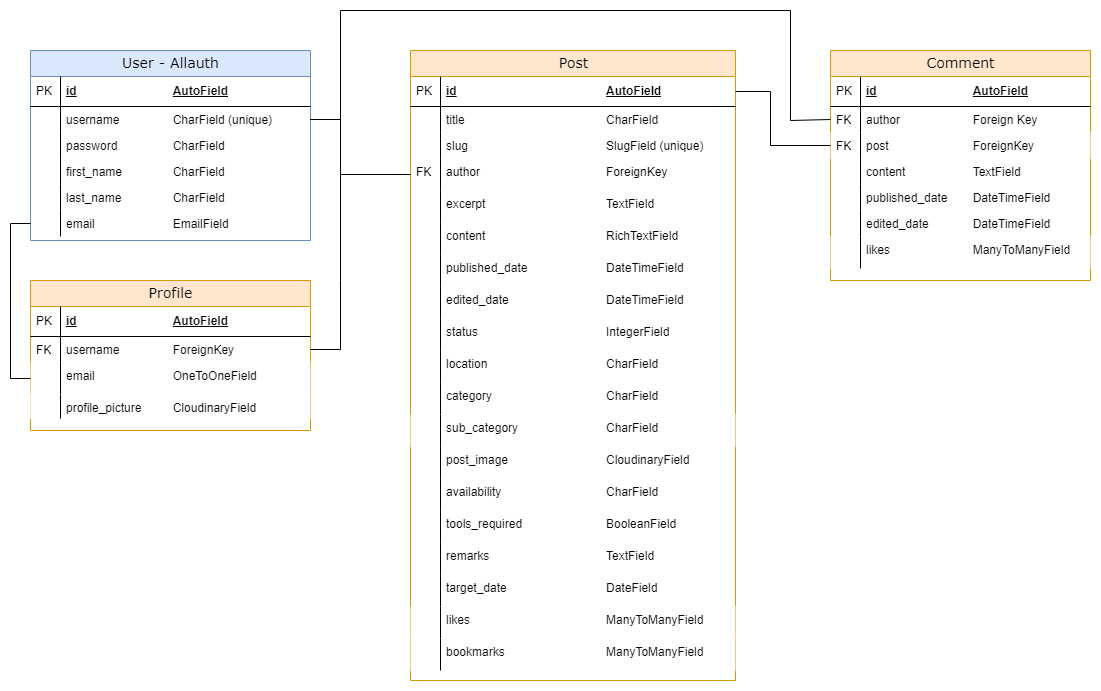
Above: documentation/erd.png in g-omarsdottir/helping-hands-happy-hearts (draw.io), before the change. Source tidied: cells renumbered, new cells last; positions are measured from the earlier drawing's top-left corner, leaving out a move shared by most shapes.
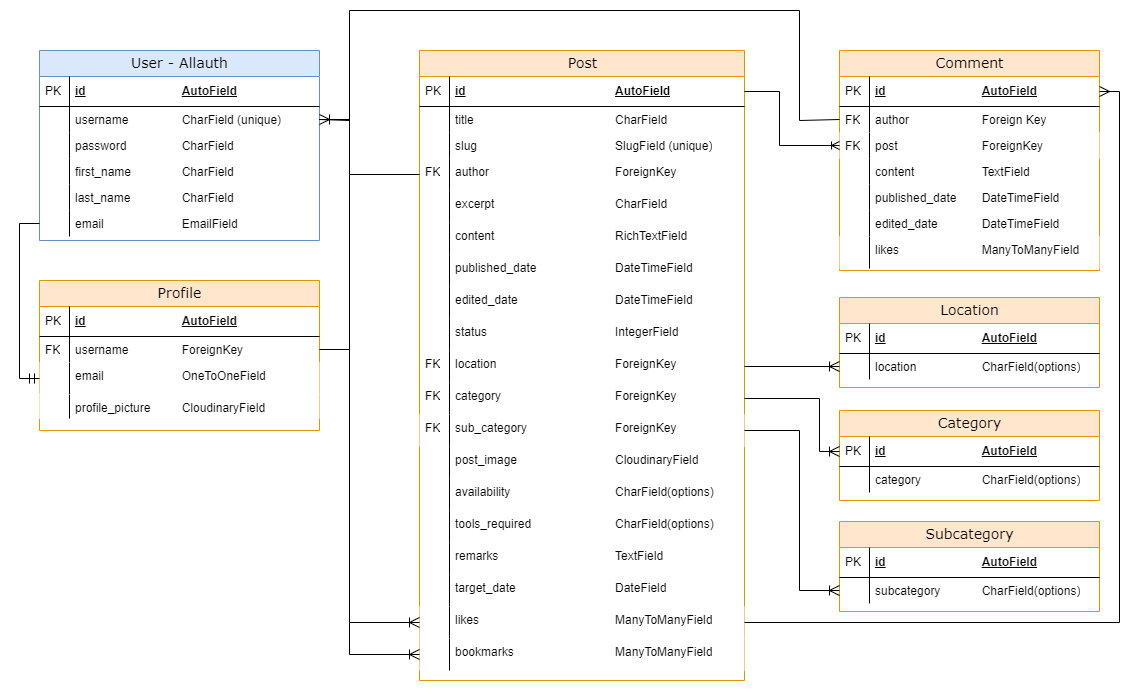
After the change.

Commit message:
Update ERD and database schema

What changed in the source:
```diff
@@ -31,3 +31,3 @@
     </mxCell>
-    <mxCell id="11" value="excerpt&lt;span style=&quot;white-space: pre;&quot;&gt;&#9;&lt;/span&gt;&lt;span style=&quot;white-space: pre;&quot;&gt;&#9;&lt;/span&gt;&lt;span style=&quot;white-space: pre;&quot;&gt;&#9;&lt;/span&gt;&lt;span style=&quot;white-space: pre;&quot;&gt;&#9;&lt;/span&gt;&lt;span style=&quot;white-space: pre;&quot;&gt;&#9;&lt;/span&gt;TextField" style="shape=partialRectangle;top=0;left=0;right=0;bottom=0;html=1;align=left;verticalAlign=top;fillColor=none;spacingLeft=34;spacingRight=4;whiteSpace=wrap;overflow=hidden;" parent="2" vertex="1">
+    <mxCell id="11" value="excerpt&lt;span style=&quot;white-space: pre;&quot;&gt;&#9;&lt;/span&gt;&lt;span style=&quot;white-space: pre;&quot;&gt;&#9;&lt;/span&gt;&lt;span style=&quot;white-space: pre;&quot;&gt;&#9;&lt;/span&gt;&lt;span style=&quot;white-space: pre;&quot;&gt;&#9;&lt;/span&gt;&lt;span style=&quot;white-space: pre;&quot;&gt;&#9;&lt;/span&gt;CharField" style="shape=partialRectangle;top=0;left=0;right=0;bottom=0;html=1;align=left;verticalAlign=top;fillColor=none;spacingLeft=34;spacingRight=4;whiteSpace=wrap;overflow=hidden;" parent="2" vertex="1">
       <mxGeometry y="140" width="325" height="32" as="geometry" />
@@ -61,18 +61,18 @@
     </mxCell>
-    <mxCell id="21" value="location&lt;span style=&quot;white-space: pre;&quot;&gt;&#9;&lt;/span&gt;&lt;span style=&quot;white-space: pre;&quot;&gt;&#9;&lt;/span&gt;&lt;span style=&quot;white-space: pre;&quot;&gt;&#9;&lt;/span&gt;&lt;span style=&quot;white-space: pre;&quot;&gt;&#9;&lt;/span&gt;&lt;span style=&quot;white-space: pre;&quot;&gt;&#9;&lt;/span&gt;CharField" style="shape=partialRectangle;top=0;left=0;right=0;bottom=0;html=1;align=left;verticalAlign=top;fillColor=none;spacingLeft=34;spacingRight=4;whiteSpace=wrap;overflow=hidden;points=[[0,0.5],[1,0.5]];portConstraint=eastwest;" parent="2" vertex="1">
+    <mxCell id="21" value="location&lt;span style=&quot;white-space: pre;&quot;&gt;&#9;&lt;/span&gt;&lt;span style=&quot;white-space: pre;&quot;&gt;&#9;&lt;/span&gt;&lt;span style=&quot;white-space: pre;&quot;&gt;&#9;&lt;/span&gt;&lt;span style=&quot;white-space: pre;&quot;&gt;&#9;&lt;/span&gt;&lt;span style=&quot;white-space: pre;&quot;&gt;&#9;&lt;/span&gt;ForeignKey" style="shape=partialRectangle;top=0;left=0;right=0;bottom=0;html=1;align=left;verticalAlign=top;fillColor=none;spacingLeft=34;spacingRight=4;whiteSpace=wrap;overflow=hidden;points=[[0,0.5],[1,0.5]];portConstraint=eastwest;" parent="2" vertex="1">
       <mxGeometry y="300" width="325" height="32" as="geometry" />
     </mxCell>
-    <mxCell id="22" style="shape=partialRectangle;top=0;left=0;bottom=0;html=1;fillColor=none;align=left;verticalAlign=top;spacingLeft=4;spacingRight=4;whiteSpace=wrap;overflow=hidden;" parent="21" vertex="1">
+    <mxCell id="22" value="FK" style="shape=partialRectangle;top=0;left=0;bottom=0;html=1;fillColor=none;align=left;verticalAlign=top;spacingLeft=4;spacingRight=4;whiteSpace=wrap;overflow=hidden;" parent="21" vertex="1">
       <mxGeometry width="30" height="32" as="geometry" />
     </mxCell>
-    <mxCell id="23" value="category &lt;span style=&quot;white-space: pre;&quot;&gt;&#9;&lt;/span&gt;&lt;span style=&quot;white-space: pre;&quot;&gt;&#9;&lt;/span&gt;&lt;span style=&quot;white-space: pre;&quot;&gt;&#9;&lt;span style=&quot;white-space: pre;&quot;&gt;&#9;&lt;/span&gt;&lt;span style=&quot;white-space: pre;&quot;&gt;&#9;&lt;/span&gt;C&lt;/span&gt;harField" style="shape=partialRectangle;top=0;left=0;right=0;bottom=0;html=1;align=left;verticalAlign=top;fillColor=none;spacingLeft=34;spacingRight=4;whiteSpace=wrap;overflow=hidden;points=[[0,0.5],[1,0.5]];portConstraint=eastwest;" parent="2" vertex="1">
+    <mxCell id="23" value="category &lt;span style=&quot;white-space: pre;&quot;&gt;&#9;&lt;/span&gt;&lt;span style=&quot;white-space: pre;&quot;&gt;&#9;&lt;/span&gt;&lt;span style=&quot;white-space: pre;&quot;&gt;&#9;&lt;span style=&quot;white-space: pre;&quot;&gt;&#9;&lt;/span&gt;&lt;span style=&quot;white-space: pre;&quot;&gt;&#9;&lt;/span&gt;F&lt;/span&gt;oreignKey" style="shape=partialRectangle;top=0;left=0;right=0;bottom=0;html=1;align=left;verticalAlign=top;fillColor=none;spacingLeft=34;spacingRight=4;whiteSpace=wrap;overflow=hidden;points=[[0,0.5],[1,0.5]];portConstraint=eastwest;" parent="2" vertex="1">
       <mxGeometry y="332" width="325" height="32" as="geometry" />
     </mxCell>
-    <mxCell id="24" style="shape=partialRectangle;top=0;left=0;bottom=0;html=1;fillColor=none;align=left;verticalAlign=top;spacingLeft=4;spacingRight=4;whiteSpace=wrap;overflow=hidden;" parent="23" vertex="1">
+    <mxCell id="24" value="FK" style="shape=partialRectangle;top=0;left=0;bottom=0;html=1;fillColor=none;align=left;verticalAlign=top;spacingLeft=4;spacingRight=4;whiteSpace=wrap;overflow=hidden;" parent="23" vertex="1">
       <mxGeometry width="30" height="32" as="geometry" />
     </mxCell>
-    <mxCell id="25" value="sub_category&lt;span style=&quot;white-space: pre;&quot;&gt;&#9;&lt;/span&gt;&lt;span style=&quot;white-space: pre;&quot;&gt;&#9;&lt;/span&gt;&lt;span style=&quot;white-space: pre;&quot;&gt;&#9;&lt;span style=&quot;white-space: pre;&quot;&gt;&#9;&lt;/span&gt;&lt;/span&gt;CharField" style="shape=partialRectangle;top=0;left=0;right=0;bottom=0;html=1;align=left;verticalAlign=top;spacingLeft=34;spacingRight=4;whiteSpace=wrap;overflow=hidden;points=[[0,0.5],[1,0.5]];portConstraint=eastwest;" parent="2" vertex="1">
+    <mxCell id="25" value="sub_category&lt;span style=&quot;white-space: pre;&quot;&gt;&#9;&lt;/span&gt;&lt;span style=&quot;white-space: pre;&quot;&gt;&#9;&lt;/span&gt;&lt;span style=&quot;white-space: pre;&quot;&gt;&#9;&lt;span style=&quot;white-space: pre;&quot;&gt;&#9;&lt;/span&gt;F&lt;/span&gt;oreignKey" style="shape=partialRectangle;top=0;left=0;right=0;bottom=0;html=1;align=left;verticalAlign=top;spacingLeft=34;spacingRight=4;whiteSpace=wrap;overflow=hidden;points=[[0,0.5],[1,0.5]];portConstraint=eastwest;" parent="2" vertex="1">
       <mxGeometry y="364" width="325" height="32" as="geometry" />
     </mxCell>
-    <mxCell id="26" style="shape=partialRectangle;top=0;left=0;bottom=0;html=1;fillColor=none;align=left;verticalAlign=top;spacingLeft=4;spacingRight=4;whiteSpace=wrap;overflow=hidden;" parent="25" vertex="1">
+    <mxCell id="26" value="FK" style="shape=partialRectangle;top=0;left=0;bottom=0;html=1;fillColor=none;align=left;verticalAlign=top;spacingLeft=4;spacingRight=4;whiteSpace=wrap;overflow=hidden;" parent="25" vertex="1">
       <mxGeometry width="30" height="32" as="geometry" />
@@ -85,3 +85,3 @@
     </mxCell>
-    <mxCell id="29" value="availability&lt;span style=&quot;white-space: pre;&quot;&gt;&#9;&lt;/span&gt;&lt;span style=&quot;white-space: pre;&quot;&gt;&#9;&lt;/span&gt;&lt;span style=&quot;white-space: pre;&quot;&gt;&#9;&lt;span style=&quot;white-space: pre;&quot;&gt;&#9;&lt;/span&gt;C&lt;/span&gt;harField" style="shape=partialRectangle;top=0;left=0;right=0;bottom=0;html=1;align=left;verticalAlign=top;fillColor=none;spacingLeft=34;spacingRight=4;whiteSpace=wrap;overflow=hidden;" parent="2" vertex="1">
+    <mxCell id="29" value="availability&lt;span style=&quot;white-space: pre;&quot;&gt;&#9;&lt;/span&gt;&lt;span style=&quot;white-space: pre;&quot;&gt;&#9;&lt;/span&gt;&lt;span style=&quot;white-space: pre;&quot;&gt;&#9;&lt;span style=&quot;white-space: pre;&quot;&gt;&#9;&lt;/span&gt;C&lt;/span&gt;harField(options)" style="shape=partialRectangle;top=0;left=0;right=0;bottom=0;html=1;align=left;verticalAlign=top;fillColor=none;spacingLeft=34;spacingRight=4;whiteSpace=wrap;overflow=hidden;" parent="2" vertex="1">
       <mxGeometry y="428" width="325" height="32" as="geometry" />
@@ -91,3 +91,3 @@
     </mxCell>
-    <mxCell id="31" value="tools_required&amp;nbsp;&lt;span style=&quot;white-space: pre;&quot;&gt;&#9;&lt;/span&gt;&lt;span style=&quot;white-space: pre;&quot;&gt;&#9;&lt;/span&gt;&lt;span style=&quot;white-space: pre;&quot;&gt;&#9;&lt;/span&gt;BooleanField" style="shape=partialRectangle;top=0;left=0;right=0;bottom=0;html=1;align=left;verticalAlign=top;fillColor=none;spacingLeft=34;spacingRight=4;whiteSpace=wrap;overflow=hidden;" parent="2" vertex="1">
+    <mxCell id="31" value="tools_required&amp;nbsp;&lt;span style=&quot;white-space: pre;&quot;&gt;&#9;&lt;/span&gt;&lt;span style=&quot;white-space: pre;&quot;&gt;&#9;&lt;/span&gt;&lt;span style=&quot;white-space: pre;&quot;&gt;&#9;&lt;/span&gt;CharField(options)" style="shape=partialRectangle;top=0;left=0;right=0;bottom=0;html=1;align=left;verticalAlign=top;fillColor=none;spacingLeft=34;spacingRight=4;whiteSpace=wrap;overflow=hidden;" parent="2" vertex="1">
       <mxGeometry y="460" width="325" height="32" as="geometry" />
@@ -161,3 +161,3 @@
     <mxCell id="54" value="Comment" style="swimlane;html=1;fontStyle=0;horizontal=1;startSize=26;fillColor=#ffe6cc;swimlaneFillColor=#ffffff;align=center;rounded=0;shadow=0;comic=0;labelBackgroundColor=none;strokeWidth=1;fontFamily=Verdana;fontSize=14;strokeColor=#d79b00;" parent="1" vertex="1">
-      <mxGeometry x="820" y="40" width="260" height="230" as="geometry" />
+      <mxGeometry x="820" y="40" width="260" height="220" as="geometry" />
     </mxCell>
@@ -205,3 +205,3 @@
     </mxCell>
-    <mxCell id="69" style="endArrow=none;html=1;rounded=0;exitX=1;exitY=0.5;exitDx=0;exitDy=0;entryX=0;entryY=0.5;entryDx=0;entryDy=0;" parent="1" edge="1" source="3" target="59">
+    <mxCell id="69" style="endArrow=ERoneToMany;html=1;rounded=0;exitX=1;exitY=0.5;exitDx=0;exitDy=0;entryX=0;entryY=0.5;entryDx=0;entryDy=0;endFill=0;" parent="1" edge="1" source="3" target="59">
       <mxGeometry relative="1" as="geometry">
@@ -240,3 +240,3 @@
     </mxCell>
-    <mxCell id="79" style="endArrow=none;html=1;rounded=0;fontSize=12;startSize=8;endSize=8;curved=0;exitX=0;exitY=0.5;exitDx=0;exitDy=0;entryX=0;entryY=0.5;entryDx=0;entryDy=0;" parent="1" edge="1" source="52" target="75">
+    <mxCell id="79" style="endArrow=ERmandOne;html=1;rounded=0;fontSize=12;startSize=8;endSize=8;curved=0;exitX=0;exitY=0.5;exitDx=0;exitDy=0;entryX=0;entryY=0.5;entryDx=0;entryDy=0;endFill=0;" parent="1" edge="1" source="52" target="75">
       <mxGeometry relative="1" as="geometry">
@@ -266,3 +266,3 @@
     </mxCell>
-    <mxCell id="82" style="endArrow=none;html=1;rounded=0;fontSize=12;startSize=8;endSize=8;curved=0;exitX=1;exitY=0.5;exitDx=0;exitDy=0;entryX=1;entryY=0.5;entryDx=0;entryDy=0;" parent="1" edge="1" source="73" target="44">
+    <mxCell id="82" style="endArrow=ERoneToMany;html=1;rounded=0;fontSize=12;startSize=8;endSize=8;curved=0;exitX=1;exitY=0.5;exitDx=0;exitDy=0;entryX=1;entryY=0.5;entryDx=0;entryDy=0;endFill=0;" parent="1" edge="1" source="73" target="44">
       <mxGeometry relative="1" as="geometry">
@@ -275,2 +275,90 @@
     </mxCell>
+    <mxCell id="83" value="Category" style="swimlane;html=1;fontStyle=0;horizontal=1;startSize=26;fillColor=#ffe6cc;swimlaneFillColor=#ffffff;align=center;rounded=0;shadow=0;comic=0;labelBackgroundColor=none;strokeWidth=1;fontFamily=Verdana;fontSize=14;strokeColor=#d79b00;" parent="1" vertex="1">
+      <mxGeometry x="820" y="400" width="260" height="90" as="geometry" />
+    </mxCell>
+    <mxCell id="84" value="id&lt;span style=&quot;white-space: pre;&quot;&gt;&#9;&lt;/span&gt;&lt;span style=&quot;white-space: pre;&quot;&gt;&#9;&lt;/span&gt;&lt;span style=&quot;white-space: pre;&quot;&gt;&#9;&lt;/span&gt;&lt;span style=&quot;white-space: pre;&quot;&gt;&#9;&lt;/span&gt;AutoField" style="shape=partialRectangle;top=0;left=0;right=0;bottom=1;html=1;align=left;verticalAlign=middle;fillColor=none;spacingLeft=34;spacingRight=4;whiteSpace=wrap;overflow=hidden;points=[[0,0.5],[1,0.5]];portConstraint=eastwest;fontStyle=5;" parent="83" vertex="1">
+      <mxGeometry y="26" width="260" height="30" as="geometry" />
+    </mxCell>
+    <mxCell id="85" value="PK" style="shape=partialRectangle;top=0;left=0;bottom=0;html=1;fillColor=none;align=left;verticalAlign=middle;spacingLeft=4;spacingRight=4;whiteSpace=wrap;overflow=hidden;" parent="84" vertex="1">
+      <mxGeometry width="30" height="30" as="geometry" />
+    </mxCell>
+    <mxCell id="86" value="category&amp;nbsp;&lt;span style=&quot;white-space: pre;&quot;&gt;&#9;&lt;/span&gt;&lt;span style=&quot;white-space: pre;&quot;&gt;&#9;&lt;/span&gt;&lt;span style=&quot;white-space: pre;&quot;&gt;&#9;&lt;/span&gt;CharField(options)" style="shape=partialRectangle;top=0;left=0;right=0;bottom=0;html=1;align=left;verticalAlign=top;fillColor=none;spacingLeft=34;spacingRight=4;whiteSpace=wrap;overflow=hidden;" parent="83" vertex="1">
+      <mxGeometry y="56" width="260" height="26" as="geometry" />
+    </mxCell>
+    <mxCell id="87" style="shape=partialRectangle;top=0;left=0;bottom=0;html=1;fillColor=none;align=left;verticalAlign=top;spacingLeft=4;spacingRight=4;whiteSpace=wrap;overflow=hidden;" parent="86" vertex="1">
+      <mxGeometry width="30" height="26" as="geometry" />
+    </mxCell>
+    <mxCell id="88" value="Location" style="swimlane;html=1;fontStyle=0;horizontal=1;startSize=26;fillColor=#ffe6cc;swimlaneFillColor=#ffffff;align=center;rounded=0;shadow=0;comic=0;labelBackgroundColor=none;strokeWidth=1;fontFamily=Verdana;fontSize=14;strokeColor=#d79b00;" parent="1" vertex="1">
+      <mxGeometry x="820" y="287" width="260" height="90" as="geometry" />
+    </mxCell>
+    <mxCell id="89" value="id&lt;span style=&quot;white-space: pre;&quot;&gt;&#9;&lt;/span&gt;&lt;span style=&quot;white-space: pre;&quot;&gt;&#9;&lt;/span&gt;&lt;span style=&quot;white-space: pre;&quot;&gt;&#9;&lt;/span&gt;&lt;span style=&quot;white-space: pre;&quot;&gt;&#9;&lt;/span&gt;AutoField" style="shape=partialRectangle;top=0;left=0;right=0;bottom=1;html=1;align=left;verticalAlign=middle;fillColor=none;spacingLeft=34;spacingRight=4;whiteSpace=wrap;overflow=hidden;fontStyle=5;" parent="88" vertex="1">
+      <mxGeometry y="26" width="260" height="30" as="geometry" />
+    </mxCell>
+    <mxCell id="90" value="PK" style="shape=partialRectangle;top=0;left=0;bottom=0;html=1;fillColor=none;align=left;verticalAlign=middle;spacingLeft=4;spacingRight=4;whiteSpace=wrap;overflow=hidden;" parent="89" vertex="1">
+      <mxGeometry width="30" height="30" as="geometry" />
+    </mxCell>
+    <mxCell id="91" value="location&lt;span style=&quot;white-space: pre;&quot;&gt;&#9;&lt;/span&gt;&lt;span style=&quot;white-space: pre;&quot;&gt;&#9;&lt;/span&gt;&lt;span style=&quot;white-space: pre;&quot;&gt;&#9;&lt;/span&gt;CharField(options)" style="shape=partialRectangle;top=0;left=0;right=0;bottom=0;html=1;align=left;verticalAlign=top;fillColor=none;spacingLeft=34;spacingRight=4;whiteSpace=wrap;overflow=hidden;points=[[0,0.5],[1,0.5]];portConstraint=eastwest;" parent="88" vertex="1">
+      <mxGeometry y="56" width="260" height="26" as="geometry" />
+    </mxCell>
+    <mxCell id="92" style="shape=partialRectangle;top=0;left=0;bottom=0;html=1;fillColor=none;align=left;verticalAlign=top;spacingLeft=4;spacingRight=4;whiteSpace=wrap;overflow=hidden;" parent="91" vertex="1">
+      <mxGeometry width="30" height="26" as="geometry" />
+    </mxCell>
+    <mxCell id="93" value="Subcategory" style="swimlane;html=1;fontStyle=0;horizontal=1;startSize=26;fillColor=#ffe6cc;swimlaneFillColor=#ffffff;align=center;rounded=0;shadow=0;comic=0;labelBackgroundColor=none;strokeWidth=1;fontFamily=Verdana;fontSize=14;strokeColor=#d79b00;" parent="1" vertex="1">
+      <mxGeometry x="820" y="511" width="260" height="90" as="geometry" />
+    </mxCell>
+    <mxCell id="94" value="id&lt;span style=&quot;white-space: pre;&quot;&gt;&#9;&lt;/span&gt;&lt;span style=&quot;white-space: pre;&quot;&gt;&#9;&lt;/span&gt;&lt;span style=&quot;white-space: pre;&quot;&gt;&#9;&lt;/span&gt;&lt;span style=&quot;white-space: pre;&quot;&gt;&#9;&lt;/span&gt;AutoField" style="shape=partialRectangle;top=0;left=0;right=0;bottom=1;html=1;align=left;verticalAlign=middle;fillColor=none;spacingLeft=34;spacingRight=4;whiteSpace=wrap;overflow=hidden;fontStyle=5;" parent="93" vertex="1">
+      <mxGeometry y="26" width="260" height="30" as="geometry" />
+    </mxCell>
+    <mxCell id="95" value="PK" style="shape=partialRectangle;top=0;left=0;bottom=0;html=1;fillColor=none;align=left;verticalAlign=middle;spacingLeft=4;spacingRight=4;whiteSpace=wrap;overflow=hidden;" parent="94" vertex="1">
+      <mxGeometry width="30" height="30" as="geometry" />
+    </mxCell>
+    <mxCell id="96" value="subcategory&lt;span style=&quot;white-space: pre;&quot;&gt;&#9;&lt;/span&gt;&lt;span style=&quot;white-space: pre;&quot;&gt;&#9;&lt;/span&gt;CharField(options)" style="shape=partialRectangle;top=0;left=0;right=0;bottom=0;html=1;align=left;verticalAlign=top;fillColor=none;spacingLeft=34;spacingRight=4;whiteSpace=wrap;overflow=hidden;points=[[0,0.5],[1,0.5]];portConstraint=eastwest;" parent="93" vertex="1">
+      <mxGeometry y="56" width="260" height="26" as="geometry" />
+    </mxCell>
+    <mxCell id="97" style="shape=partialRectangle;top=0;left=0;bottom=0;html=1;fillColor=none;align=left;verticalAlign=top;spacingLeft=4;spacingRight=4;whiteSpace=wrap;overflow=hidden;" parent="96" vertex="1">
+      <mxGeometry width="30" height="26" as="geometry" />
+    </mxCell>
+    <mxCell id="98" style="endArrow=ERoneToMany;html=1;rounded=0;fontSize=12;startSize=8;endSize=8;curved=0;entryX=0;entryY=0.5;entryDx=0;entryDy=0;exitX=1;exitY=0.5;exitDx=0;exitDy=0;endFill=0;" parent="1" edge="1" source="21" target="91">
+      <mxGeometry relative="1" as="geometry" />
+    </mxCell>
+    <mxCell id="99" style="endArrow=ERoneToMany;html=1;rounded=0;fontSize=12;startSize=8;endSize=8;curved=0;entryX=0;entryY=0.5;entryDx=0;entryDy=0;exitX=1;exitY=0.5;exitDx=0;exitDy=0;endFill=0;" parent="1" edge="1" source="23" target="84">
+      <mxGeometry relative="1" as="geometry">
+        <Array as="points">
+          <mxPoint x="800" y="388" />
+          <mxPoint x="800" y="441" />
+        </Array>
+      </mxGeometry>
+    </mxCell>
+    <mxCell id="100" style="endArrow=ERoneToMany;html=1;rounded=0;fontSize=12;startSize=8;endSize=8;curved=0;entryX=0;entryY=0.5;entryDx=0;entryDy=0;exitX=1;exitY=0.5;exitDx=0;exitDy=0;endFill=0;" parent="1" edge="1" source="25" target="96">
+      <mxGeometry relative="1" as="geometry">
+        <Array as="points">
+          <mxPoint x="780" y="420" />
+          <mxPoint x="780" y="580" />
+        </Array>
+      </mxGeometry>
+    </mxCell>
+    <mxCell id="101" style="endArrow=ERoneToMany;html=1;rounded=0;fontSize=12;startSize=8;endSize=8;curved=0;entryX=0;entryY=0.5;entryDx=0;entryDy=0;exitX=1;exitY=0.5;exitDx=0;exitDy=0;endFill=0;" parent="1" edge="1" source="44" target="37">
+      <mxGeometry relative="1" as="geometry">
+        <Array as="points">
+          <mxPoint x="330" y="110" />
+          <mxPoint x="330" y="612" />
+        </Array>
+      </mxGeometry>
+    </mxCell>
+    <mxCell id="102" style="endArrow=ERoneToMany;html=1;rounded=0;fontSize=12;startSize=8;endSize=8;curved=0;entryX=0;entryY=0.5;entryDx=0;entryDy=0;exitX=1;exitY=0.5;exitDx=0;exitDy=0;endFill=0;" parent="1" edge="1" source="44" target="39">
+      <mxGeometry relative="1" as="geometry">
+        <Array as="points">
+          <mxPoint x="330" y="109" />
+          <mxPoint x="330" y="644" />
+        </Array>
+      </mxGeometry>
+    </mxCell>
+    <mxCell id="103" style="endArrow=ERmany;html=1;rounded=0;fontSize=12;startSize=8;endSize=8;curved=0;exitX=1;exitY=0.5;exitDx=0;exitDy=0;entryX=1;entryY=0.5;entryDx=0;entryDy=0;endFill=0;" parent="1" edge="1" source="37" target="55">
+      <mxGeometry relative="1" as="geometry">
+        <Array as="points">
+          <mxPoint x="1100" y="612" />
+          <mxPoint x="1100" y="81" />
+        </Array>
+      </mxGeometry>
+    </mxCell>
   </root>
```
